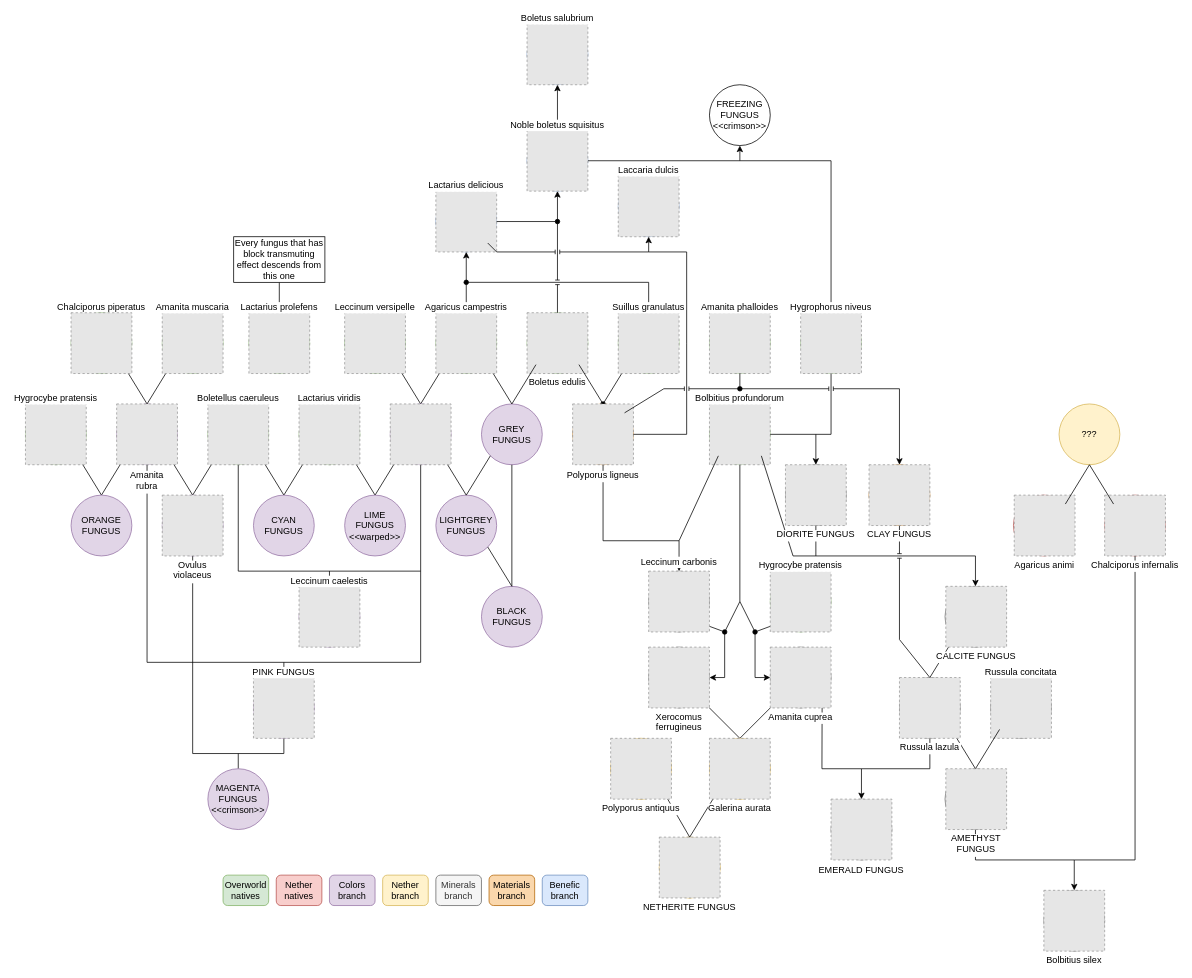
SimoMett/MycologyMC keeps this draw.io diagram as src/main/resources/data/mycologymod/mutations/mutations-diagram.drawio. Above is the earlier version. Source tidied: cells renumbered, new cells numbered last; positions are measured from the earlier drawing's top-left corner, leaving out a move shared by most shapes. Both pictures are drawn from the tidied source at 76%, with x=0, y=0 at pixel (25, 24). Pictures stored in the file or linked from it are replaced by grey dashed boxes.
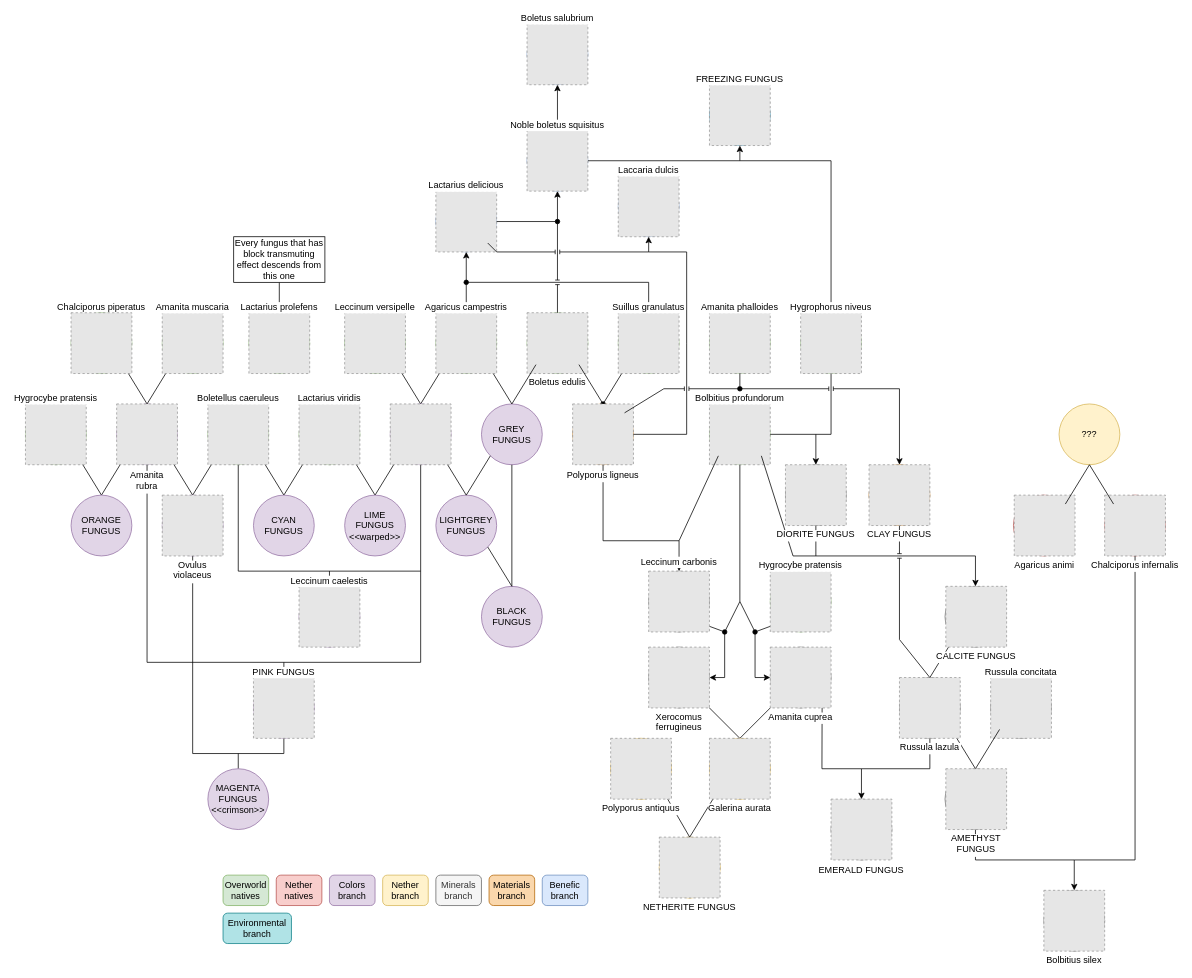
After the change.

Commit message (it also covers changes not shown here):
Added colors to FREEZING_FUNGUS

Diff of the diagram source:
```diff
@@
-    <mxCell id="124" value="FREEZING&lt;div&gt;FUNGUS&lt;/div&gt;&lt;div&gt;&amp;lt;&amp;lt;crimson&amp;gt;&amp;gt;&lt;/div&gt;" style="ellipse;whiteSpace=wrap;html=1;" parent="1" vertex="1">
+    <mxCell id="124" style="ellipse;whiteSpace=wrap;html=1;fillColor=#b1ddf0;strokeColor=#10739e;" parent="1" vertex="1">
       <mxGeometry x="900" y="80" width="80" height="80" as="geometry" />
     </mxCell>
@@
+    <mxCell id="172" value="Environmental&lt;div&gt;branch&lt;/div&gt;" style="rounded=1;whiteSpace=wrap;html=1;fillColor=#b0e3e6;strokeColor=#0e8088;" parent="1" vertex="1">
+      <mxGeometry x="260" y="1170" width="90" height="40" as="geometry" />
+    </mxCell>
+    <mxCell id="173" value="FREEZING FUNGUS" style="fillColor=#E6E6E6;strokeColor=#999999;dashed=1;verticalLabelPosition=top;labelBackgroundColor=default;verticalAlign=bottom;spacing=0;labelPosition=center;align=center;" parent="1" vertex="1">
+      <mxGeometry x="900" y="80" width="80" height="80" as="geometry" />
+    </mxCell>
```
